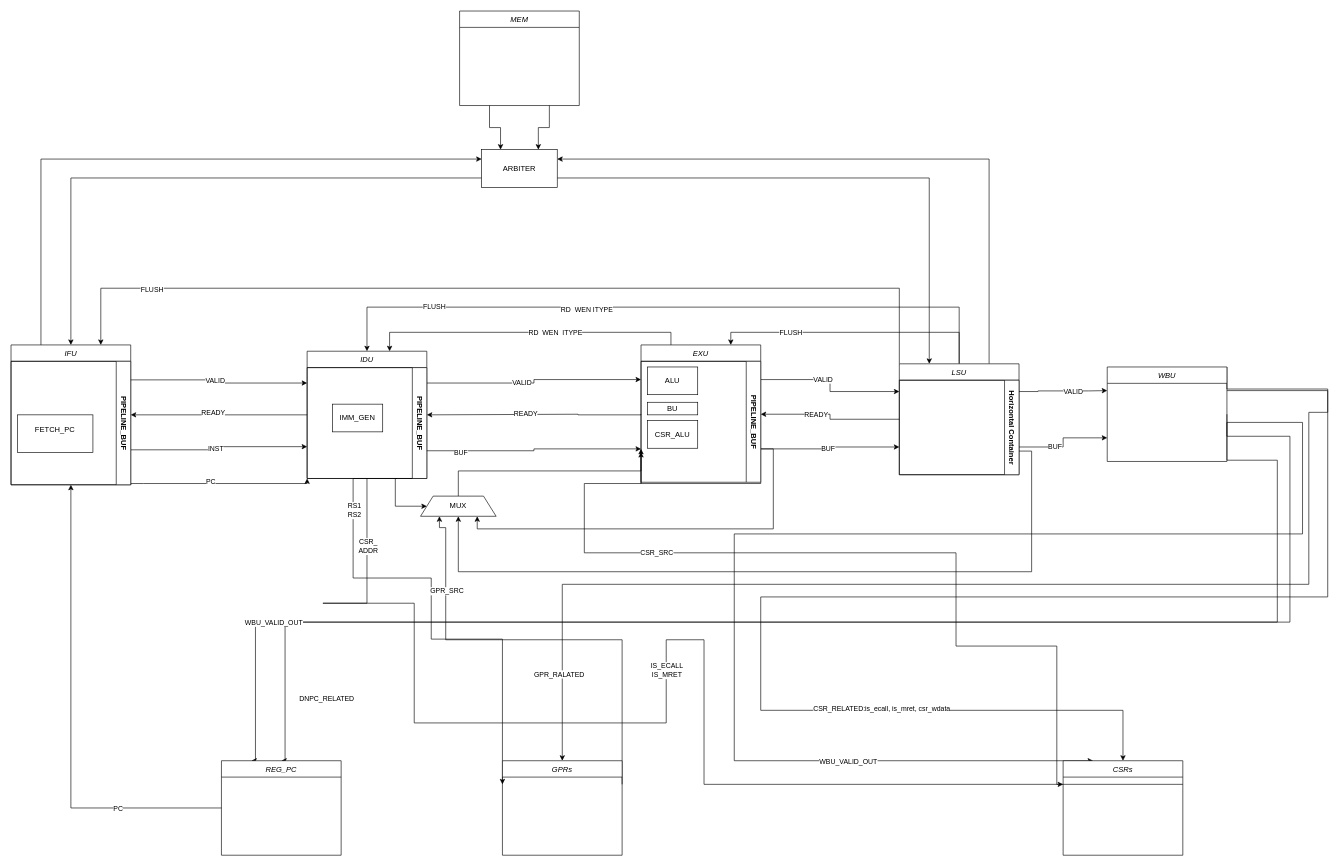
The draw.io diagram efactor_npc.drawio in rand-kcs/demo, before the edit. Source tidied: cells renumbered, new cells numbered last; positions are measured from the earlier drawing's top-left corner, leaving out a move shared by most shapes. Both pictures are drawn from the tidied source at 63%, with x=0, y=0 at pixel (11, 11).
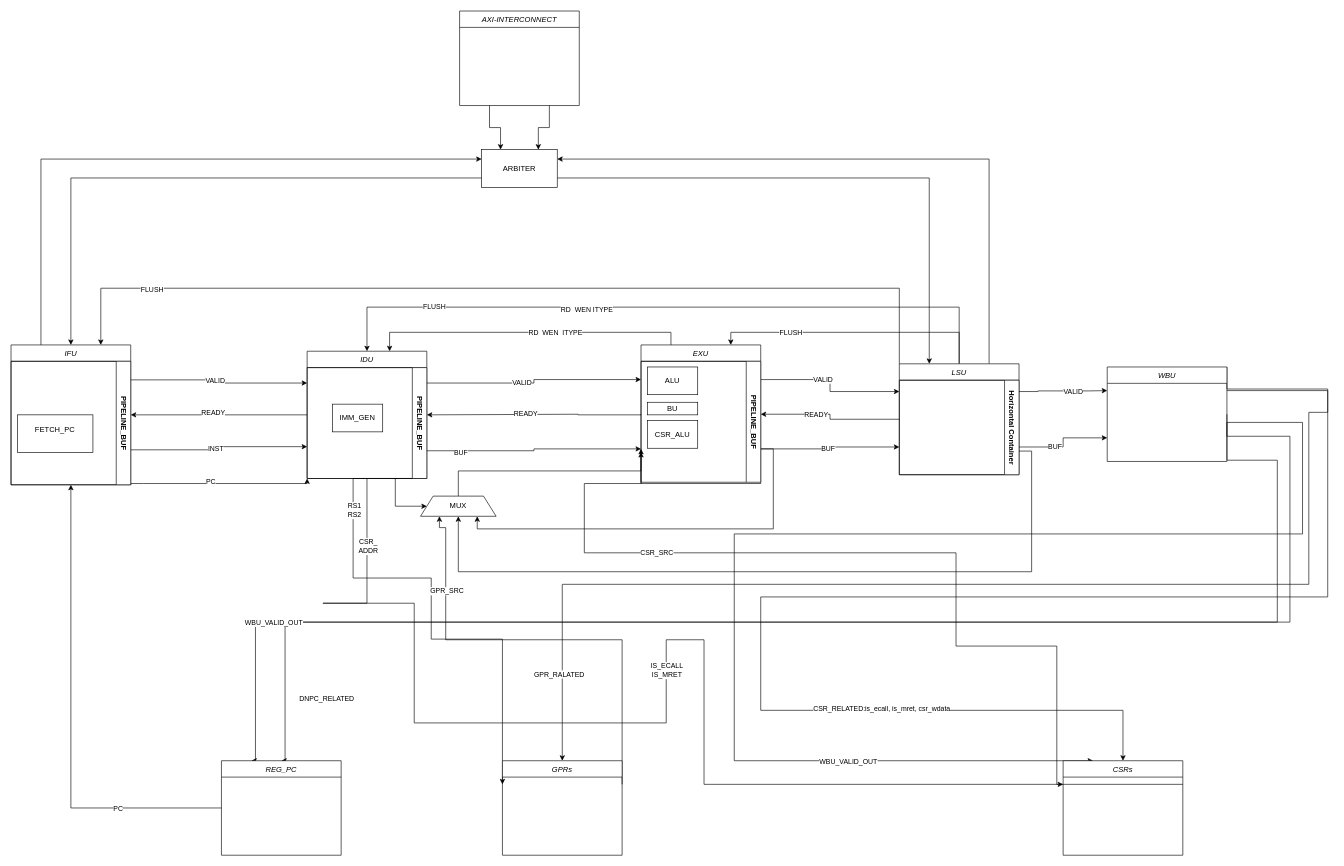
The same diagram, later.

What changed in the source:
```diff
@@
-    <mxCell id="60" value="MEM" style="swimlane;fontStyle=2;align=center;verticalAlign=top;horizontal=1;startSize=26;rounded=0;shadow=0;strokeWidth=1;" parent="1" vertex="1">
+    <mxCell id="60" value="AXI-INTERCONNECT" style="swimlane;fontStyle=2;align=center;verticalAlign=top;horizontal=1;startSize=26;rounded=0;shadow=0;strokeWidth=1;" parent="1" vertex="1">
       <mxGeometry x="712" width="190" height="150" as="geometry" />
     </mxCell>
```
